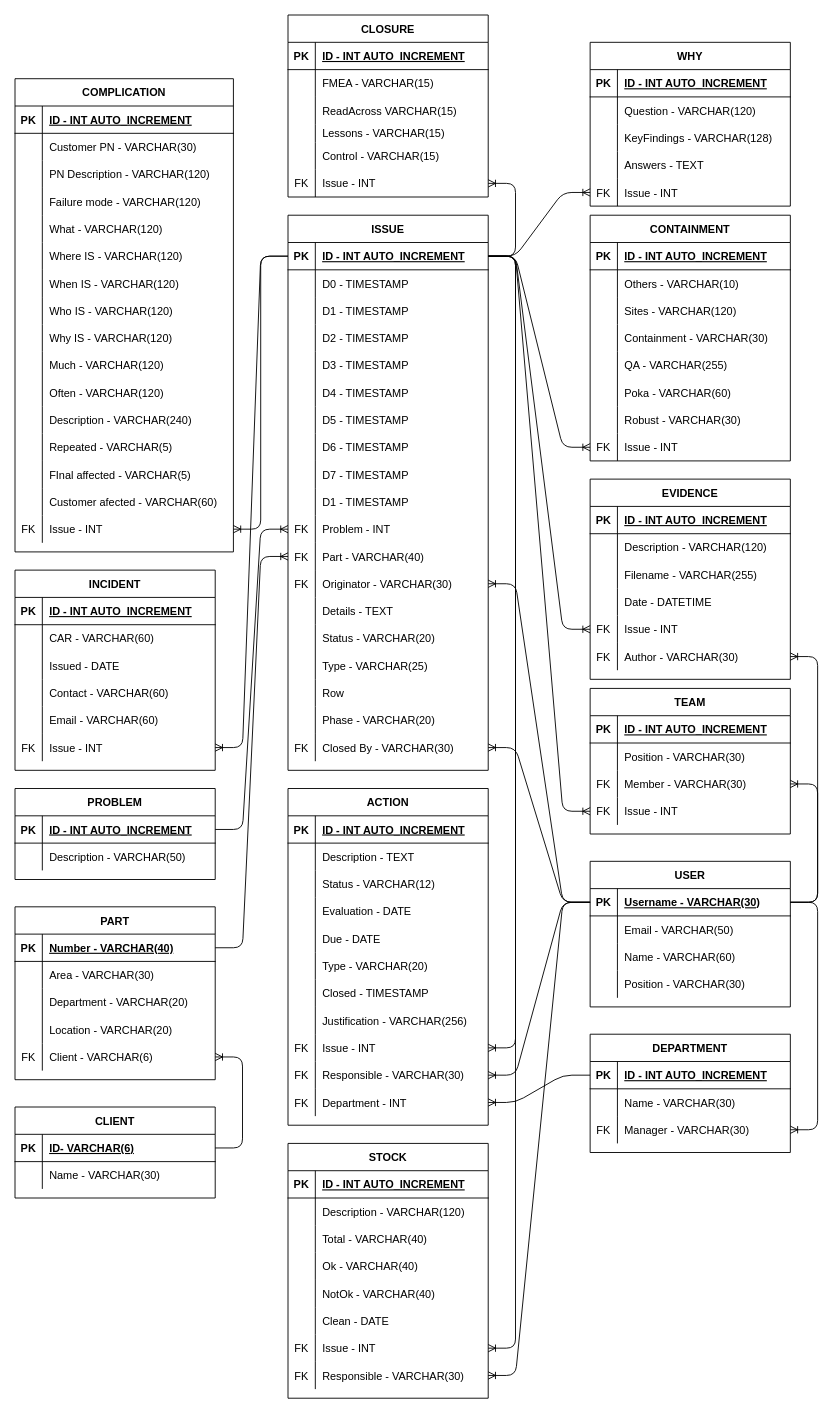
This is api/db/model/TableDiagram.drawio from FFahrenheit/ScrapActionListAPI, a draw.io file, before an edit. Source tidied: cells renumbered, new cells numbered last; positions are measured from the earlier drawing's top-left corner, leaving out a move shared by most shapes. Both pictures are drawn from the tidied source at 91%, with x=0, y=0 at pixel (15, 15).
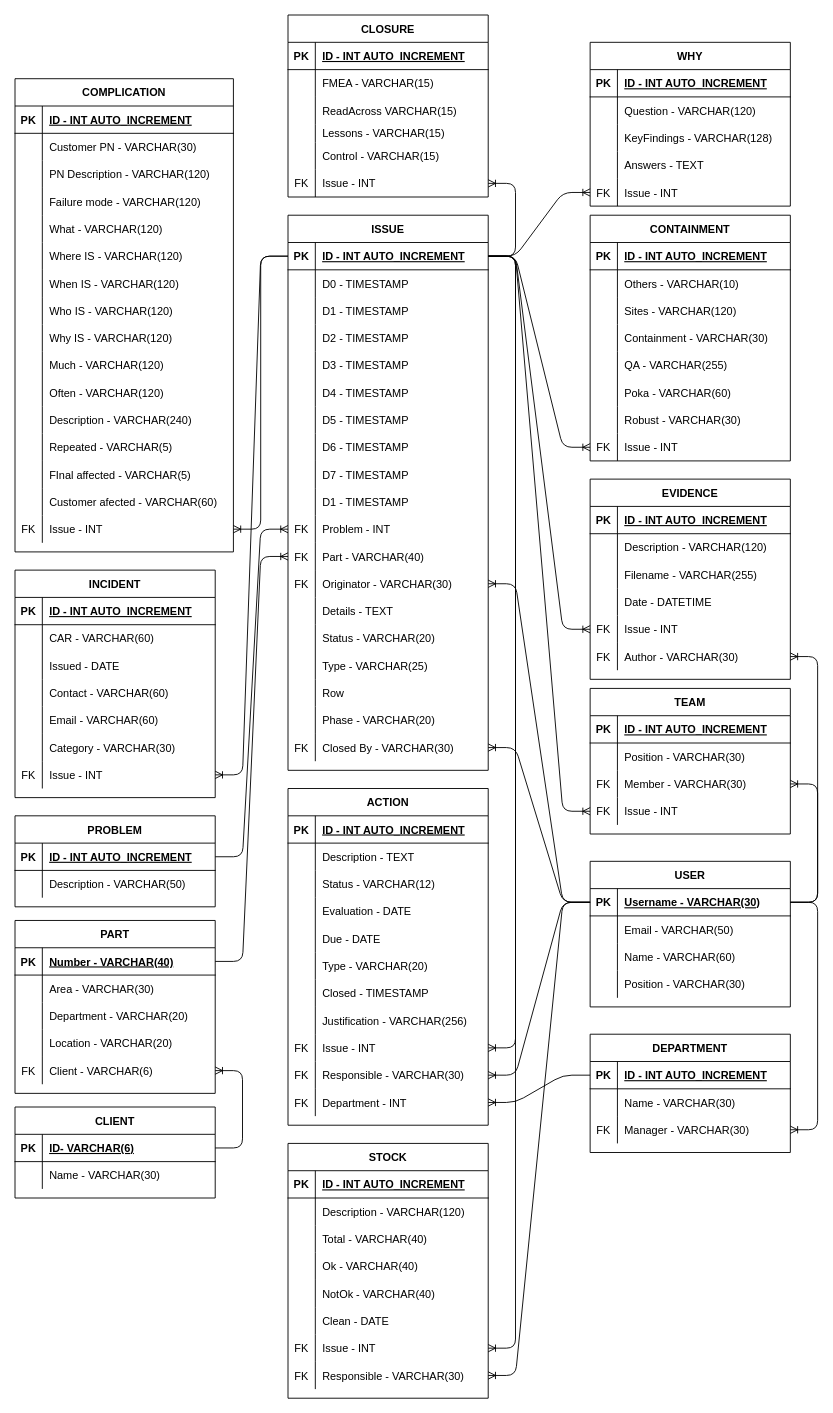
After the change.

What changed in the source:
```diff
@@
     <mxCell id="9" value="PART" style="shape=table;startSize=30;childLayout=tableLayout;rowLines=0;fontStyle=1;align=center;" parent="1" vertex="1">
-      <mxGeometry y="980" width="220" height="190" as="geometry" />
+      <mxGeometry y="995" width="220" height="190" as="geometry" />
     </mxCell>
@@
     <mxCell id="25" value="PROBLEM" style="shape=table;startSize=30;childLayout=tableLayout;rowLines=0;fontStyle=1;align=center;" parent="1" vertex="1">
-      <mxGeometry y="850" width="220" height="100" as="geometry" />
+      <mxGeometry y="880" width="220" height="100" as="geometry" />
     </mxCell>
@@
     <mxCell id="170" value="INCIDENT" style="shape=table;startSize=30;childLayout=tableLayout;rowLines=0;fontStyle=1;align=center;" parent="1" vertex="1">
-      <mxGeometry y="610" width="220" height="220" as="geometry" />
+      <mxGeometry y="610" width="220" height="250" as="geometry" />
     </mxCell>
@@
+    <mxCell id="352" style="shape=partialRectangle;fillColor=none;top=0;left=0;bottom=0;right=0;" parent="170" vertex="1">
+      <mxGeometry y="180" width="220" height="30" as="geometry" />
+    </mxCell>
+    <mxCell id="353" style="shape=partialRectangle;fillColor=none;top=0;left=0;bottom=0;right=0;overflow=hidden;" parent="352" vertex="1">
+      <mxGeometry width="30" height="30" as="geometry" />
+    </mxCell>
+    <mxCell id="354" value="Category - VARCHAR(30)" style="shape=partialRectangle;fillColor=none;top=0;left=0;bottom=0;right=0;align=left;spacingLeft=6;overflow=hidden;" parent="352" vertex="1">
+      <mxGeometry x="30" width="190" height="30" as="geometry" />
+    </mxCell>
     <mxCell id="186" style="shape=partialRectangle;fillColor=none;top=0;left=0;bottom=0;right=0;points=[[0,0.5],[1,0.5]];portConstraint=eastwest;" parent="170" vertex="1">
-      <mxGeometry y="180" width="220" height="30" as="geometry" />
+      <mxGeometry y="210" width="220" height="30" as="geometry" />
     </mxCell>
```
